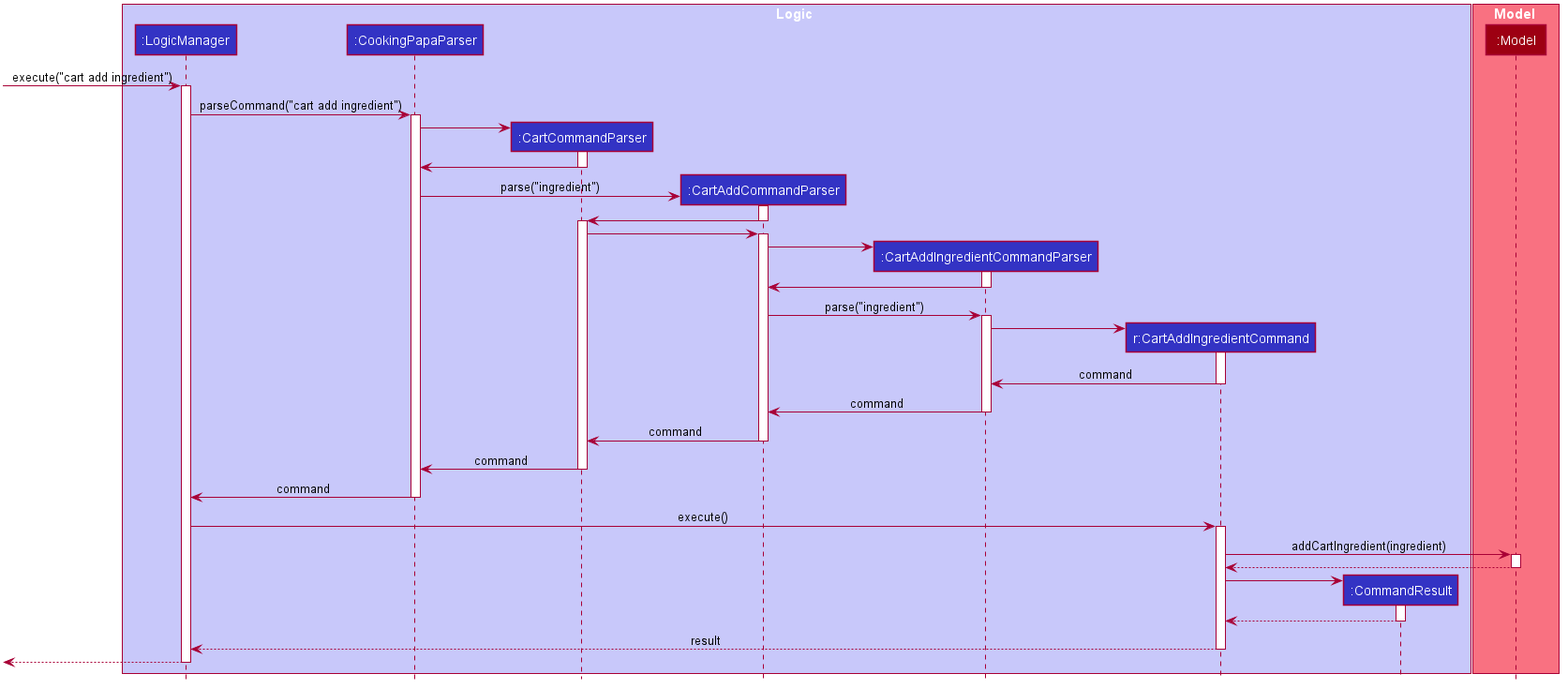
tzihiang/main keeps this PlantUML diagram as docs/images/CartAddIngredientSequenceDiagram.png. Above is the earlier version.
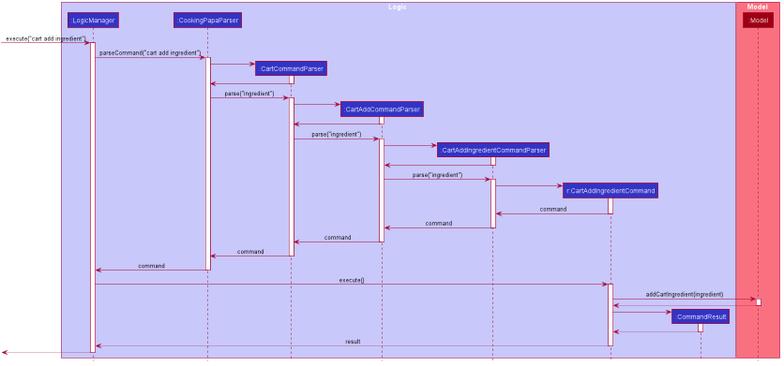
After the commit.

The edit, as a diff of the source:
```diff
@@ -76,15 +76,17 @@
 CartCommandParser -> CookingPapaParser
 deactivate CartCommandParser
 
+CookingPapaParser -> CartCommandParser : parse("ingredient")
+activate CartCommandParser
+
 create CartAddCommandParser
-CookingPapaParser -> CartAddCommandParser : parse("ingredient")
+CartCommandParser -> CartAddCommandParser
 activate CartAddCommandParser
 
 CartAddCommandParser -> CartCommandParser
 deactivate CartAddCommandParser
-activate CartCommandParser
 
-CartCommandParser ->CartAddCommandParser
+CartCommandParser ->CartAddCommandParser : parse("ingredient")
 activate CartAddCommandParser
 
 create CartAddIngredientCommandParser
```
